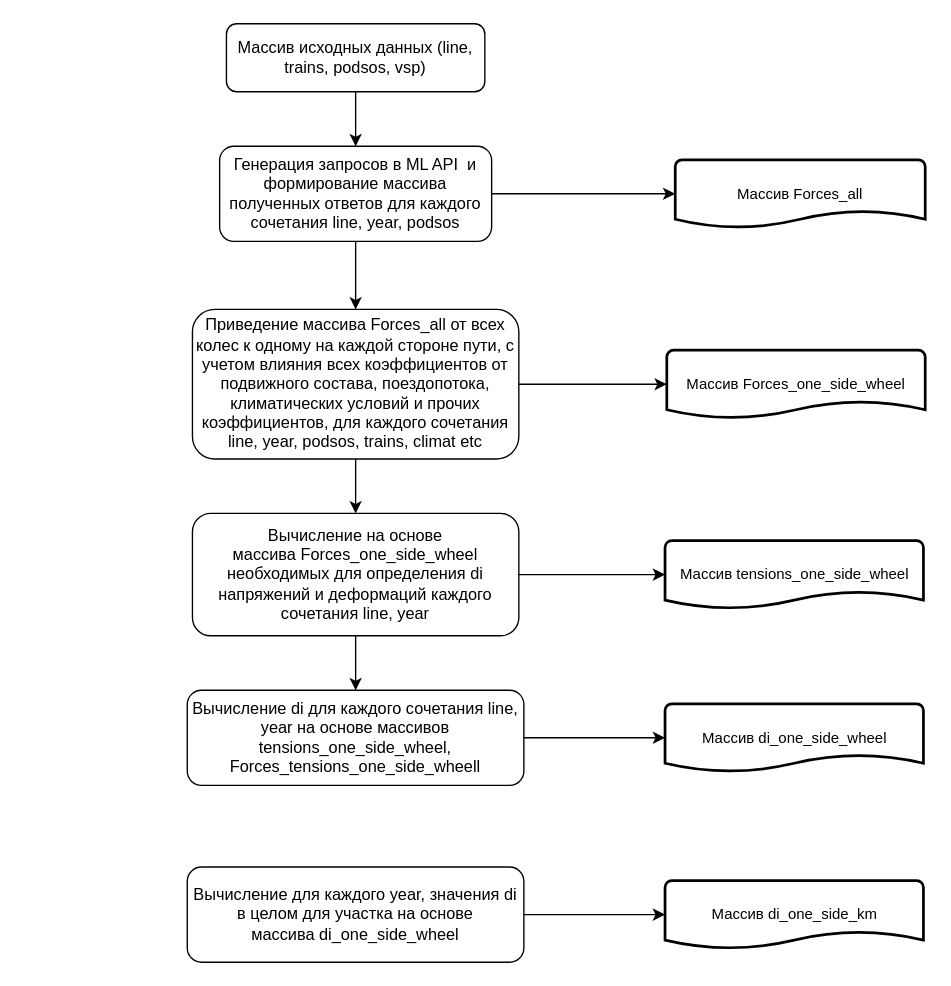
This is Neiroexpert_WEb/блок-схема di.drawio from cheef78/Neiroexpert, a draw.io file, before an edit. Source tidied: cells renumbered, new cells numbered last; positions are measured from the earlier drawing's top-left corner, leaving out a move shared by most shapes. Both pictures are drawn from the tidied source at 136%, with x=0, y=0 at pixel (186, 23).
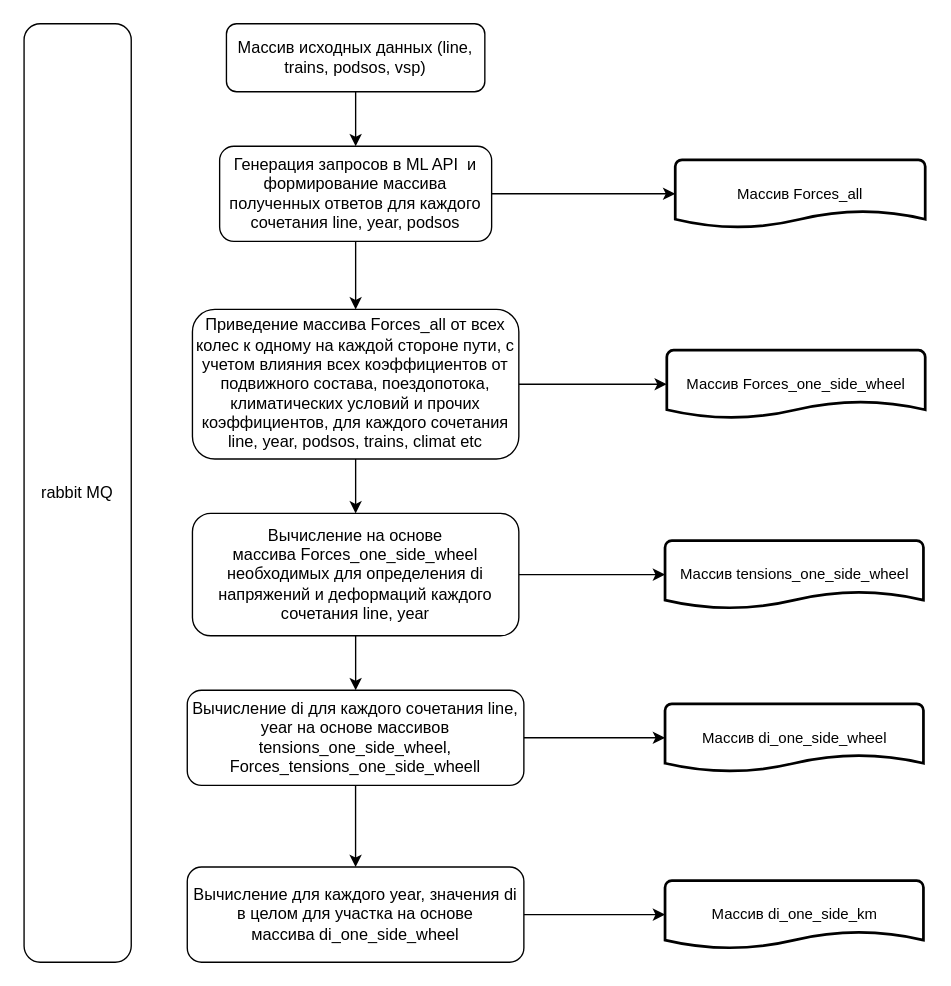
Above is the later version.

Unchanged cells that the change refers to:
```xml
<mxCell id="11" value="Вычисление di для каждого сочетания line, year на основе массивов tensions_one_side_wheel,&lt;br&gt;Forces_tensions_one_side_wheell" style="rounded=1;whiteSpace=wrap;html=1;" parent="1" vertex="1">
  <mxGeometry x="0.2" y="490" width="247.5" height="70" as="geometry" />
</mxCell>
<mxCell id="20" value="Вычисление для каждого year, значения di в целом для участка на основе массива&amp;nbsp;di_one_side_wheel" style="rounded=1;whiteSpace=wrap;html=1;" parent="1" vertex="1">
  <mxGeometry x="0.2" y="620" width="247.5" height="70" as="geometry" />
</mxCell>
```

Diff of the diagram source:
```diff
@@
+    <mxCell id="22" style="edgeStyle=orthogonalEdgeStyle;rounded=0;jettySize=auto;html=1;" parent="1" edge="1" source="11" target="20">
+      <mxGeometry relative="1" as="geometry" />
+    </mxCell>
@@
+    <mxCell id="23" value="rabbit MQ" style="rounded=1;whiteSpace=wrap;html=1;" parent="1" vertex="1">
+      <mxGeometry x="-119.8" width="78.8" height="690" as="geometry" />
+    </mxCell>
```
